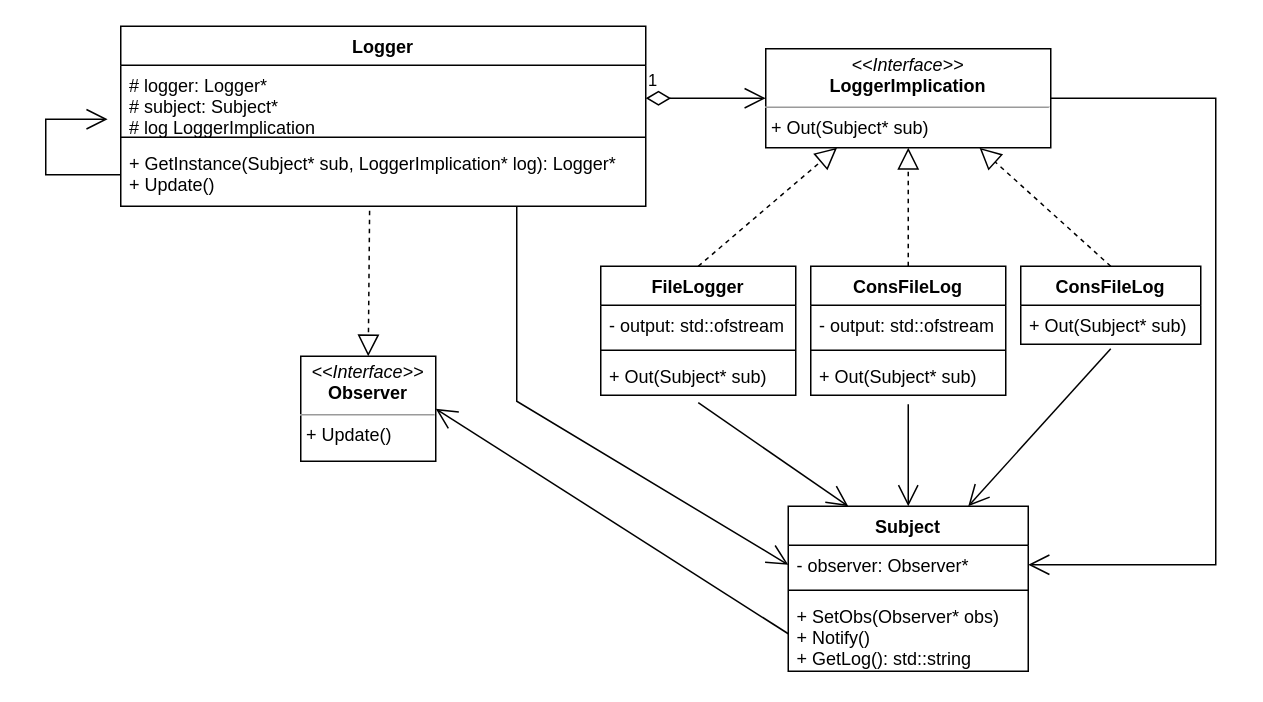
Earlier version of the draw.io diagram Lityagin_lb2_lb3/laba3.drawio (SemyonLityagin/OOP_0382). Source tidied: cells renumbered, new cells numbered last; positions are measured from the earlier drawing's top-left corner, leaving out a move shared by most shapes. Both pictures are drawn from the tidied source at 150%, with x=0, y=0 at pixel (45, 26).
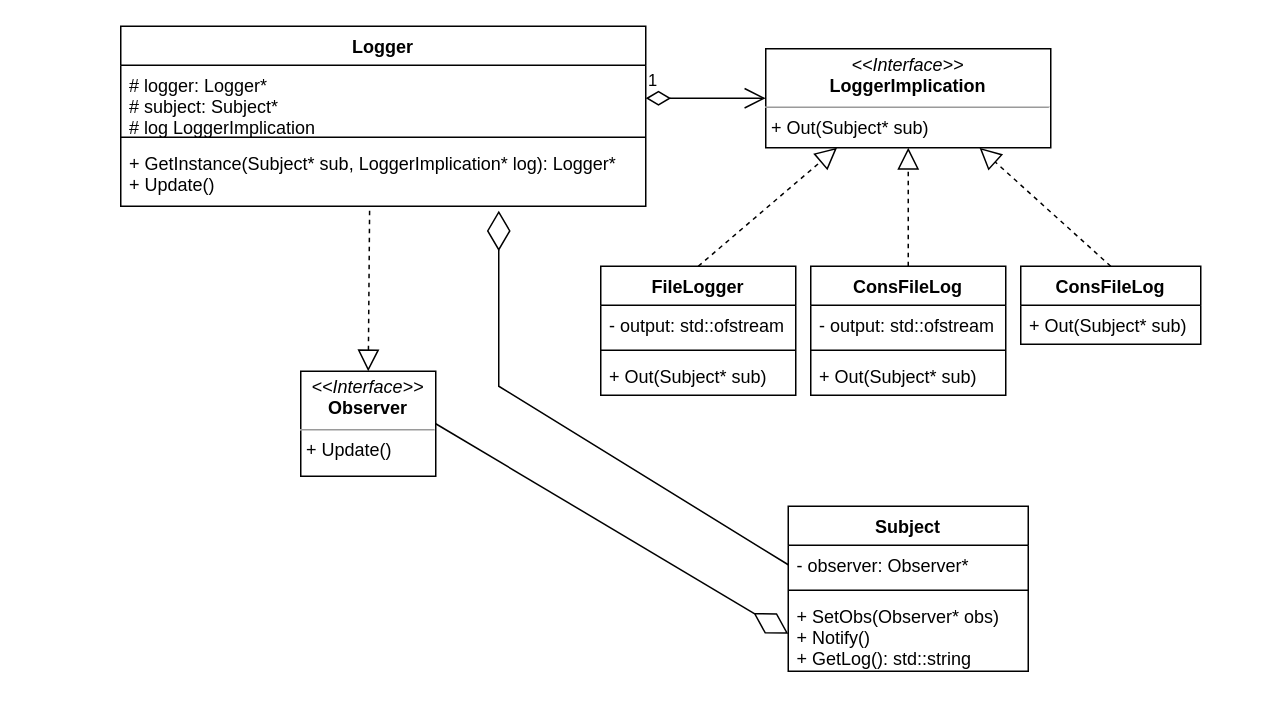
The same page after the edit.

The change refers to these unchanged cells:
```xml
<mxCell id="3" value="Logger" style="swimlane;fontStyle=1;align=center;verticalAlign=top;horizontal=1;startSize=26;" parent="1" vertex="1">
  <mxGeometry x="50" width="350" height="120" as="geometry" />
</mxCell>
<mxCell id="4" value="# logger: Logger*&#10;# subject: Subject*&#10;# log LoggerImplication" style="text;strokeColor=none;fillColor=none;align=left;verticalAlign=top;spacingLeft=4;spacingRight=4;overflow=hidden;points=[[0,0.5],[1,0.5]];portConstraint=eastwest;" parent="3" vertex="1">
  <mxGeometry y="26" width="350" height="44" as="geometry" />
</mxCell>
<mxCell id="6" value="+ GetInstance(Subject* sub, LoggerImplication* log): Logger*&#10;+ Update()" style="text;strokeColor=none;fillColor=none;align=left;verticalAlign=top;spacingLeft=4;spacingRight=4;overflow=hidden;points=[[0,0.5],[1,0.5]];portConstraint=eastwest;" parent="3" vertex="1">
  <mxGeometry y="78" width="350" height="42" as="geometry" />
</mxCell>
<mxCell id="11" value="+ Out(Subject* sub)" style="text;strokeColor=none;fillColor=none;align=left;verticalAlign=top;spacingLeft=4;spacingRight=4;overflow=hidden;points=[[0,0.5],[1,0.5]];portConstraint=eastwest;" parent="8" vertex="1">
  <mxGeometry y="60" width="130" height="26" as="geometry" />
</mxCell>
<mxCell id="12" value="&lt;p style=&quot;margin: 0px ; margin-top: 4px ; text-align: center&quot;&gt;&lt;i&gt;&amp;lt;&amp;lt;Interface&amp;gt;&amp;gt;&lt;/i&gt;&lt;br&gt;&lt;b&gt;LoggerImplication&lt;/b&gt;&lt;/p&gt;&lt;hr size=&quot;1&quot;&gt;&lt;p style=&quot;margin: 0px ; margin-left: 4px&quot;&gt;+ Out(Subject* sub)&lt;/p&gt;" style="verticalAlign=top;align=left;overflow=fill;fontSize=12;fontFamily=Helvetica;html=1;" parent="1" vertex="1">
  <mxGeometry x="480" y="15" width="190" height="66" as="geometry" />
</mxCell>
<mxCell id="16" value="+ Out(Subject* sub)" style="text;strokeColor=none;fillColor=none;align=left;verticalAlign=top;spacingLeft=4;spacingRight=4;overflow=hidden;points=[[0,0.5],[1,0.5]];portConstraint=eastwest;" parent="13" vertex="1">
  <mxGeometry y="60" width="130" height="26" as="geometry" />
</mxCell>
<mxCell id="18" value="+ Out(Subject* sub)" style="text;strokeColor=none;fillColor=none;align=left;verticalAlign=top;spacingLeft=4;spacingRight=4;overflow=hidden;points=[[0,0.5],[1,0.5]];portConstraint=eastwest;" parent="17" vertex="1">
  <mxGeometry y="26" width="120" height="26" as="geometry" />
</mxCell>
<mxCell id="19" value="Subject" style="swimlane;fontStyle=1;align=center;verticalAlign=top;horizontal=1;startSize=26;" parent="1" vertex="1">
  <mxGeometry x="495" y="320" width="160" height="110" as="geometry" />
</mxCell>
<mxCell id="20" value="- observer: Observer*" style="text;strokeColor=none;fillColor=none;align=left;verticalAlign=top;spacingLeft=4;spacingRight=4;overflow=hidden;points=[[0,0.5],[1,0.5]];portConstraint=eastwest;" parent="19" vertex="1">
  <mxGeometry y="26" width="160" height="26" as="geometry" />
</mxCell>
<mxCell id="22" value="+ SetObs(Observer* obs)&#10;+ Notify()&#10;+ GetLog(): std::string" style="text;strokeColor=none;fillColor=none;align=left;verticalAlign=top;spacingLeft=4;spacingRight=4;overflow=hidden;points=[[0,0.5],[1,0.5]];portConstraint=eastwest;" parent="19" vertex="1">
  <mxGeometry y="60" width="160" height="50" as="geometry" />
</mxCell>
```

Change to the diagram source:
```diff
@@
     <mxCell id="2" value="&lt;p style=&quot;margin: 0px ; margin-top: 4px ; text-align: center&quot;&gt;&lt;i&gt;&amp;lt;&amp;lt;Interface&amp;gt;&amp;gt;&lt;/i&gt;&lt;br&gt;&lt;b&gt;Observer&lt;/b&gt;&lt;/p&gt;&lt;hr size=&quot;1&quot;&gt;&lt;p style=&quot;margin: 0px ; margin-left: 4px&quot;&gt;+ Update()&lt;/p&gt;" style="verticalAlign=top;align=left;overflow=fill;fontSize=12;fontFamily=Helvetica;html=1;" parent="1" vertex="1">
-      <mxGeometry x="170" y="220" width="90" height="70" as="geometry" />
+      <mxGeometry x="170" y="230" width="90" height="70" as="geometry" />
     </mxCell>
@@
-    <mxCell id="7" style="endArrow=open;endFill=1;endSize=12;html=1;rounded=0;exitX=0;exitY=0.5;exitDx=0;exitDy=0;entryX=-0.025;entryY=0.818;entryDx=0;entryDy=0;entryPerimeter=0;" parent="3" edge="1" source="6" target="4">
-      <mxGeometry relative="1" as="geometry">
-        <Array as="points">
-          <mxPoint x="-50" y="99" />
-          <mxPoint x="-50" y="62" />
-        </Array>
-      </mxGeometry>
-    </mxCell>
@@
-    <mxCell id="28" style="endArrow=open;endFill=1;endSize=12;html=1;rounded=0;entryX=0.25;entryY=0;entryDx=0;entryDy=0;exitX=0.5;exitY=1.192;exitDx=0;exitDy=0;exitPerimeter=0;" parent="1" edge="1" source="11" target="19">
-      <mxGeometry relative="1" as="geometry" />
-    </mxCell>
-    <mxCell id="29" style="endArrow=open;endFill=1;endSize=12;html=1;rounded=0;entryX=0.5;entryY=0;entryDx=0;entryDy=0;exitX=0.5;exitY=1.231;exitDx=0;exitDy=0;exitPerimeter=0;" parent="1" edge="1" source="16" target="19">
-      <mxGeometry relative="1" as="geometry" />
-    </mxCell>
-    <mxCell id="30" style="endArrow=open;endFill=1;endSize=12;html=1;rounded=0;exitX=0.5;exitY=1.115;exitDx=0;exitDy=0;exitPerimeter=0;entryX=0.75;entryY=0;entryDx=0;entryDy=0;" parent="1" edge="1" source="18" target="19">
-      <mxGeometry relative="1" as="geometry" />
-    </mxCell>
-    <mxCell id="31" style="endArrow=open;endFill=1;endSize=12;html=1;rounded=0;exitX=1;exitY=0.5;exitDx=0;exitDy=0;entryX=1;entryY=0.5;entryDx=0;entryDy=0;" parent="1" edge="1" source="12" target="20">
-      <mxGeometry relative="1" as="geometry">
-        <Array as="points">
-          <mxPoint x="780" y="48" />
-          <mxPoint x="780" y="359" />
-        </Array>
-      </mxGeometry>
-    </mxCell>
-    <mxCell id="32" style="endArrow=open;endFill=1;endSize=12;html=1;rounded=0;entryX=0;entryY=0.5;entryDx=0;entryDy=0;" parent="1" edge="1" target="20">
-      <mxGeometry relative="1" as="geometry">
-        <mxPoint x="314" y="120" as="sourcePoint" />
-        <Array as="points">
-          <mxPoint x="314" y="250" />
-        </Array>
-      </mxGeometry>
-    </mxCell>
-    <mxCell id="33" style="endArrow=open;endFill=1;endSize=12;html=1;rounded=0;exitX=0;exitY=0.5;exitDx=0;exitDy=0;entryX=1;entryY=0.5;entryDx=0;entryDy=0;" parent="1" edge="1" source="22" target="2">
-      <mxGeometry relative="1" as="geometry" />
-    </mxCell>
+    <mxCell id="34" style="endArrow=diamondThin;endFill=0;endSize=24;html=1;rounded=0;exitX=1;exitY=0.5;exitDx=0;exitDy=0;entryX=0;entryY=0.5;entryDx=0;entryDy=0;" parent="1" edge="1" source="2" target="22">
+      <mxGeometry relative="1" as="geometry" />
+    </mxCell>
+    <mxCell id="35" style="endArrow=diamondThin;endFill=0;endSize=24;html=1;rounded=0;entryX=0.72;entryY=1.071;entryDx=0;entryDy=0;entryPerimeter=0;exitX=0;exitY=0.5;exitDx=0;exitDy=0;" parent="1" edge="1" source="20" target="6">
+      <mxGeometry relative="1" as="geometry">
+        <Array as="points">
+          <mxPoint x="302" y="240" />
+        </Array>
+      </mxGeometry>
+    </mxCell>
```
